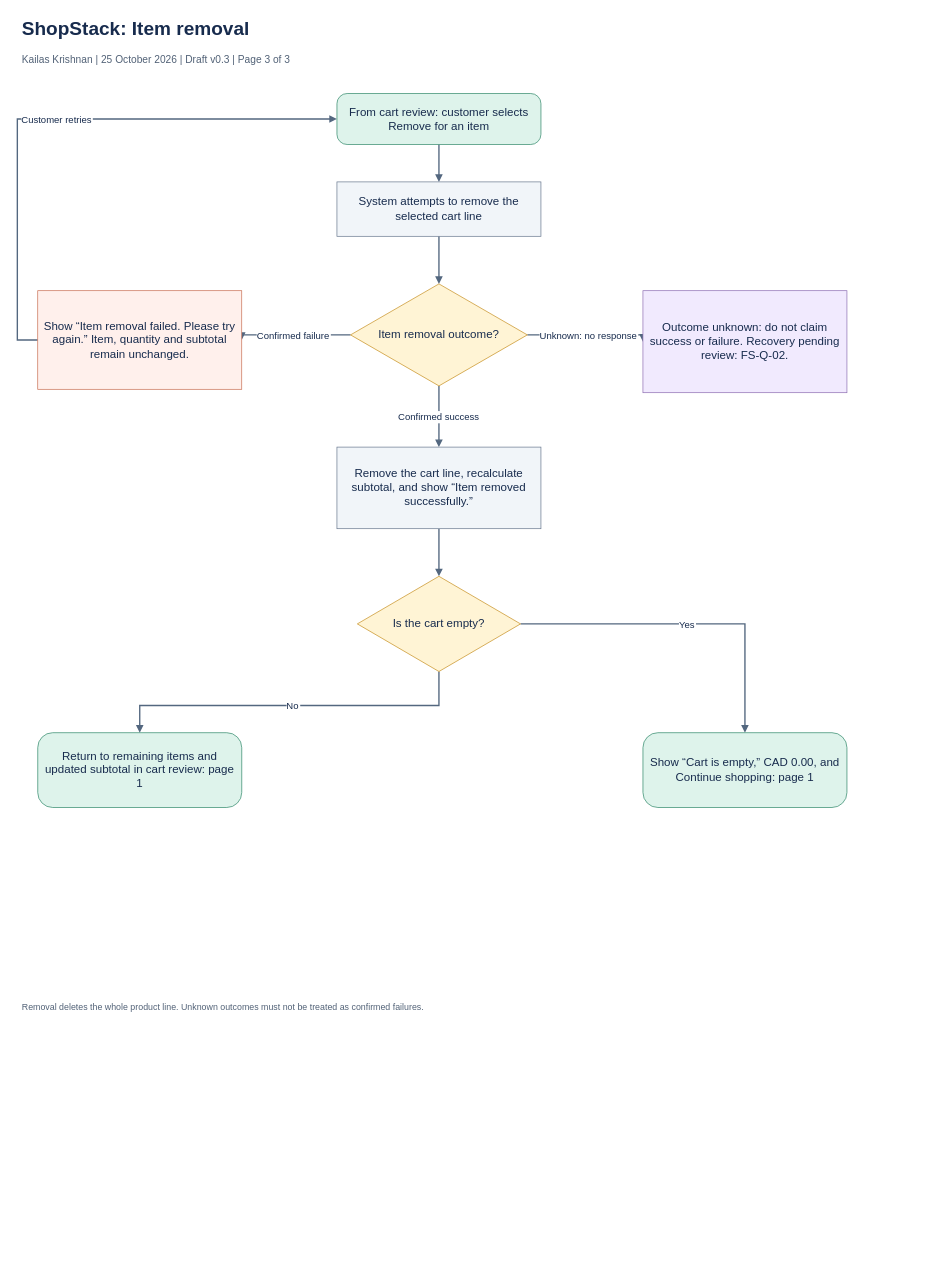
The draw.io diagram page "03 Item removal" (3 of 5) of docs/process-analysis/ShopStack-Future-State-Cart-Reviewed.drawio in kkrishnan937/shopstack-ba-portfolio, before the edit. Source tidied: cells renumbered, new cells numbered last; positions are measured from the earlier drawing's top-left corner, leaving out a move shared by most shapes. Both pictures are drawn from the tidied source at 68%, with x=0, y=0 at pixel (17, 12).
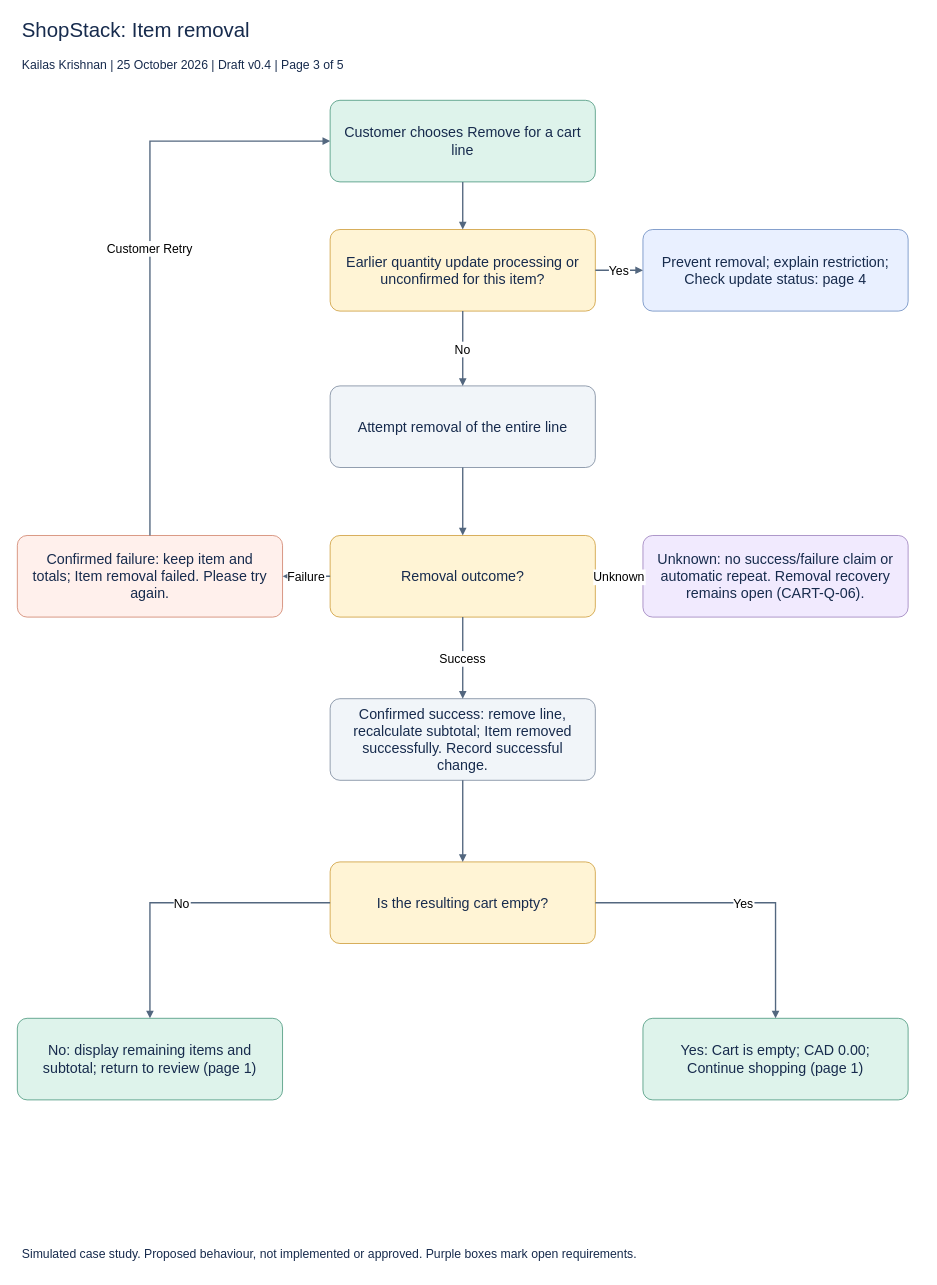
The same page after the edit.

Commit message (it also covers changes not shown here):
Update cart diagrams to v0.4 with recovery and supporting rules

What changed in the source:
```diff
@@
-    <mxCell id="2" value="ShopStack: Item removal" style="text;html=0;fontSize=28;fontStyle=1;align=left;fontColor=#172B4D;" parent="1" vertex="1">
-      <mxGeometry x="5" width="1300" height="40" as="geometry" />
+    <mxCell id="2" value="ShopStack: Item removal" style="text;html=0;whiteSpace=wrap;align=left;fontSize=30;fontColor=#172B4D;" parent="1" vertex="1">
+      <mxGeometry x="5" y="2" width="1330" height="45" as="geometry" />
     </mxCell>
-    <mxCell id="3" value="Kailas Krishnan | 25 October 2026 | Draft v0.3 | Page 3 of 3" style="text;html=0;fontSize=15;align=left;fontColor=#526277;" parent="1" vertex="1">
-      <mxGeometry x="5" y="55" width="1300" height="30" as="geometry" />
+    <mxCell id="3" value="Kailas Krishnan | 25 October 2026 | Draft v0.4 | Page 3 of 5" style="text;html=0;whiteSpace=wrap;align=left;fontSize=18;fontColor=#172B4D;" parent="1" vertex="1">
+      <mxGeometry x="5" y="62" width="1330" height="35" as="geometry" />
     </mxCell>
-    <mxCell id="4" value="Removal deletes the whole product line. Unknown outcomes must not be treated as confirmed failures." style="text;html=0;whiteSpace=wrap;fontSize=13;align=left;fontColor=#526277;" parent="1" vertex="1">
-      <mxGeometry x="5" y="1450" width="1330" height="45" as="geometry" />
+    <mxCell id="4" value="Simulated case study. Proposed behaviour, not implemented or approved. Purple boxes mark open requirements." style="text;html=0;whiteSpace=wrap;align=left;fontSize=18;fontColor=#172B4D;" parent="1" vertex="1">
+      <mxGeometry x="5" y="1810" width="1330" height="45" as="geometry" />
     </mxCell>
+    <mxCell id="14" value="Customer chooses Remove for a cart line" style="rounded=1;arcSize=12;html=0;whiteSpace=wrap;fillColor=#DEF3EB;strokeColor=#2C8566;fontColor=#172B4D;fontFamily=Arial;fontSize=21;spacing=14;" parent="1" vertex="1">
+      <mxGeometry x="460" y="130" width="390" height="120" as="geometry" />
+    </mxCell>
+    <mxCell id="23" value="Earlier quantity update processing or unconfirmed for this item?" style="rounded=1;arcSize=12;html=0;whiteSpace=wrap;fillColor=#FFF4D5;strokeColor=#C58B18;fontColor=#172B4D;fontFamily=Arial;fontSize=21;spacing=14;" parent="1" vertex="1">
+      <mxGeometry x="460" y="320" width="390" height="120" as="geometry" />
+    </mxCell>
+    <mxCell id="24" value="Prevent removal; explain restriction; Check update status: page 4" style="rounded=1;arcSize=12;html=0;whiteSpace=wrap;fillColor=#E9F0FF;strokeColor=#5278B5;fontColor=#172B4D;fontFamily=Arial;fontSize=21;spacing=14;" parent="1" vertex="1">
+      <mxGeometry x="920" y="320" width="390" height="120" as="geometry" />
+    </mxCell>
+    <mxCell id="15" value="Attempt removal of the entire line" style="rounded=1;arcSize=12;html=0;whiteSpace=wrap;fillColor=#F1F5F9;strokeColor=#64748B;fontColor=#172B4D;fontFamily=Arial;fontSize=21;spacing=14;" parent="1" vertex="1">
+      <mxGeometry x="460" y="550" width="390" height="120" as="geometry" />
+    </mxCell>
+    <mxCell id="16" value="Removal outcome?" style="rounded=1;arcSize=12;html=0;whiteSpace=wrap;fillColor=#FFF4D5;strokeColor=#C58B18;fontColor=#172B4D;fontFamily=Arial;fontSize=21;spacing=14;" parent="1" vertex="1">
+      <mxGeometry x="460" y="770" width="390" height="120" as="geometry" />
+    </mxCell>
+    <mxCell id="17" value="Confirmed failure: keep item and totals; Item removal failed. Please try again." style="rounded=1;arcSize=12;html=0;whiteSpace=wrap;fillColor=#FFF0EC;strokeColor=#C76C50;fontColor=#172B4D;fontFamily=Arial;fontSize=21;spacing=14;" parent="1" vertex="1">
+      <mxGeometry y="770" width="390" height="120" as="geometry" />
+    </mxCell>
+    <mxCell id="18" value="Unknown: no success/failure claim or automatic repeat. Removal recovery remains open (CART-Q-06)." style="rounded=1;arcSize=12;html=0;whiteSpace=wrap;fillColor=#F1EAFE;strokeColor=#8B6BB1;fontColor=#172B4D;fontFamily=Arial;fontSize=21;spacing=14;" parent="1" vertex="1">
+      <mxGeometry x="920" y="770" width="390" height="120" as="geometry" />
+    </mxCell>
+    <mxCell id="19" value="Confirmed success: remove line, recalculate subtotal; Item removed successfully. Record successful change." style="rounded=1;arcSize=12;html=0;whiteSpace=wrap;fillColor=#F1F5F9;strokeColor=#64748B;fontColor=#172B4D;fontFamily=Arial;fontSize=21;spacing=14;" parent="1" vertex="1">
+      <mxGeometry x="460" y="1010" width="390" height="120" as="geometry" />
+    </mxCell>
+    <mxCell id="20" value="Is the resulting cart empty?" style="rounded=1;arcSize=12;html=0;whiteSpace=wrap;fillColor=#FFF4D5;strokeColor=#C58B18;fontColor=#172B4D;fontFamily=Arial;fontSize=21;spacing=14;" parent="1" vertex="1">
+      <mxGeometry x="460" y="1250" width="390" height="120" as="geometry" />
+    </mxCell>
+    <mxCell id="22" value="Yes: Cart is empty; CAD 0.00; Continue shopping (page 1)" style="rounded=1;arcSize=12;html=0;whiteSpace=wrap;fillColor=#DEF3EB;strokeColor=#2C8566;fontColor=#172B4D;fontFamily=Arial;fontSize=21;spacing=14;" parent="1" vertex="1">
+      <mxGeometry x="920" y="1480" width="390" height="120" as="geometry" />
+    </mxCell>
+    <mxCell id="21" value="No: display remaining items and subtotal; return to review (page 1)" style="rounded=1;arcSize=12;html=0;whiteSpace=wrap;fillColor=#DEF3EB;strokeColor=#2C8566;fontColor=#172B4D;fontFamily=Arial;fontSize=21;spacing=14;" parent="1" vertex="1">
+      <mxGeometry y="1480" width="390" height="120" as="geometry" />
+    </mxCell>
-    <mxCell id="5" style="edgeStyle=orthogonalEdgeStyle;rounded=0;html=0;endArrow=block;endFill=1;strokeColor=#53677F;strokeWidth=2;fontSize=14;fontColor=#172B4D;labelBackgroundColor=#FFFFFF;exitX=0.5;exitY=1.0;entryX=0.5;entryY=0.0;exitDx=0;exitDy=0;entryDx=0;entryDy=0;" parent="1" edge="1" source="14" target="15">
+    <mxCell id="5" style="edgeStyle=orthogonalEdgeStyle;rounded=0;html=0;endArrow=block;endFill=1;strokeColor=#53677F;strokeWidth=2;fontSize=18;labelBackgroundColor=#FFFFFF;exitX=0.5;exitY=1;entryX=0.5;entryY=0;exitDx=0;exitDy=0;entryDx=0;entryDy=0;" parent="1" edge="1" source="14" target="23">
       <mxGeometry relative="1" as="geometry" />
     </mxCell>
-    <mxCell id="6" style="edgeStyle=orthogonalEdgeStyle;rounded=0;html=0;endArrow=block;endFill=1;strokeColor=#53677F;strokeWidth=2;fontSize=14;fontColor=#172B4D;labelBackgroundColor=#FFFFFF;exitX=0.5;exitY=1.0;entryX=0.5;entryY=0.0;exitDx=0;exitDy=0;entryDx=0;entryDy=0;" parent="1" edge="1" source="15" target="16">
+    <mxCell id="6" value="Yes" style="edgeStyle=orthogonalEdgeStyle;rounded=0;html=0;endArrow=block;endFill=1;strokeColor=#53677F;strokeWidth=2;fontSize=18;labelBackgroundColor=#FFFFFF;exitX=1;exitY=0.5;entryX=0;entryY=0.5;exitDx=0;exitDy=0;entryDx=0;entryDy=0;" parent="1" edge="1" source="23" target="24">
       <mxGeometry relative="1" as="geometry" />
     </mxCell>
-    <mxCell id="7" value="Confirmed failure" style="edgeStyle=orthogonalEdgeStyle;rounded=0;html=0;endArrow=block;endFill=1;strokeColor=#53677F;strokeWidth=2;fontSize=14;fontColor=#172B4D;labelBackgroundColor=#FFFFFF;exitX=0.0;exitY=0.5;entryX=1.0;entryY=0.5;exitDx=0;exitDy=0;entryDx=0;entryDy=0;" parent="1" edge="1" source="16" target="17">
-      <mxGeometry relative="1" as="geometry">
-        <Array as="points">
-          <mxPoint x="330" y="475" />
-        </Array>
-      </mxGeometry>
+    <mxCell id="7" value="No" style="edgeStyle=orthogonalEdgeStyle;rounded=0;html=0;endArrow=block;endFill=1;strokeColor=#53677F;strokeWidth=2;fontSize=18;labelBackgroundColor=#FFFFFF;exitX=0.5;exitY=1;entryX=0.5;entryY=0;exitDx=0;exitDy=0;entryDx=0;entryDy=0;" parent="1" edge="1" source="23" target="15">
+      <mxGeometry relative="1" as="geometry" />
     </mxCell>
-    <mxCell id="8" value="Customer retries" style="edgeStyle=orthogonalEdgeStyle;rounded=0;html=0;endArrow=block;endFill=1;strokeColor=#53677F;strokeWidth=2;fontSize=14;fontColor=#172B4D;labelBackgroundColor=#FFFFFF;exitX=0.0;exitY=0.5;entryX=0.0;entryY=0.5;exitDx=0;exitDy=0;entryDx=0;entryDy=0;" parent="1" edge="1" source="17" target="14">
-      <mxGeometry relative="1" as="geometry">
-        <Array as="points">
-          <mxPoint y="482" />
-          <mxPoint y="157" />
-        </Array>
-      </mxGeometry>
+    <mxCell id="8" style="edgeStyle=orthogonalEdgeStyle;rounded=0;html=0;endArrow=block;endFill=1;strokeColor=#53677F;strokeWidth=2;fontSize=18;labelBackgroundColor=#FFFFFF;exitX=0.5;exitY=1;entryX=0.5;entryY=0;exitDx=0;exitDy=0;entryDx=0;entryDy=0;" parent="1" edge="1" source="15" target="16">
+      <mxGeometry relative="1" as="geometry" />
     </mxCell>
-    <mxCell id="9" value="Unknown: no response" style="edgeStyle=orthogonalEdgeStyle;rounded=0;html=0;endArrow=block;endFill=1;strokeColor=#53677F;strokeWidth=2;fontSize=14;fontColor=#172B4D;labelBackgroundColor=#FFFFFF;exitX=1.0;exitY=0.5;entryX=0.0;entryY=0.5;exitDx=0;exitDy=0;entryDx=0;entryDy=0;" parent="1" edge="1" source="16" target="18">
-      <mxGeometry relative="1" as="geometry">
-        <Array as="points">
-          <mxPoint x="920" y="475" />
-        </Array>
-      </mxGeometry>
+    <mxCell id="9" value="Failure" style="edgeStyle=orthogonalEdgeStyle;rounded=0;html=0;endArrow=block;endFill=1;strokeColor=#53677F;strokeWidth=2;fontSize=18;labelBackgroundColor=#FFFFFF;exitX=0;exitY=0.5;entryX=1;entryY=0.5;exitDx=0;exitDy=0;entryDx=0;entryDy=0;" parent="1" edge="1" source="16" target="17">
+      <mxGeometry relative="1" as="geometry" />
     </mxCell>
-    <mxCell id="10" value="Confirmed success" style="edgeStyle=orthogonalEdgeStyle;rounded=0;html=0;endArrow=block;endFill=1;strokeColor=#53677F;strokeWidth=2;fontSize=14;fontColor=#172B4D;labelBackgroundColor=#FFFFFF;exitX=0.5;exitY=1.0;entryX=0.5;entryY=0.0;exitDx=0;exitDy=0;entryDx=0;entryDy=0;" parent="1" edge="1" source="16" target="19">
+    <mxCell id="10" value="Unknown" style="edgeStyle=orthogonalEdgeStyle;rounded=0;html=0;endArrow=block;endFill=1;strokeColor=#53677F;strokeWidth=2;fontSize=18;labelBackgroundColor=#FFFFFF;exitX=1;exitY=0.5;entryX=0;entryY=0.5;exitDx=0;exitDy=0;entryDx=0;entryDy=0;" parent="1" edge="1" source="16" target="18">
       <mxGeometry relative="1" as="geometry" />
     </mxCell>
-    <mxCell id="11" style="edgeStyle=orthogonalEdgeStyle;rounded=0;html=0;endArrow=block;endFill=1;strokeColor=#53677F;strokeWidth=2;fontSize=14;fontColor=#172B4D;labelBackgroundColor=#FFFFFF;exitX=0.5;exitY=1.0;entryX=0.5;entryY=0.0;exitDx=0;exitDy=0;entryDx=0;entryDy=0;" parent="1" edge="1" source="19" target="20">
-      <mxGeometry relative="1" as="geometry" />
+    <mxCell id="11" value="Customer Retry" style="edgeStyle=orthogonalEdgeStyle;rounded=0;html=0;endArrow=block;endFill=1;strokeColor=#53677F;strokeWidth=2;fontSize=18;labelBackgroundColor=#FFFFFF;exitX=0.5;exitY=0;entryX=0;entryY=0.5;exitDx=0;exitDy=0;entryDx=0;entryDy=0;" parent="1" edge="1" source="17" target="14">
+      <mxGeometry relative="1" as="geometry">
+        <Array as="points">
+          <mxPoint x="195" y="190" />
+        </Array>
+      </mxGeometry>
     </mxCell>
-    <mxCell id="12" value="No" style="edgeStyle=orthogonalEdgeStyle;rounded=0;html=0;endArrow=block;endFill=1;strokeColor=#53677F;strokeWidth=2;fontSize=14;fontColor=#172B4D;labelBackgroundColor=#FFFFFF;exitX=0.5;exitY=1.0;entryX=0.5;entryY=0.0;exitDx=0;exitDy=0;entryDx=0;entryDy=0;" parent="1" edge="1" source="20" target="21">
-      <mxGeometry relative="1" as="geometry">
-        <Array as="points">
-          <mxPoint x="620" y="1020" />
-          <mxPoint x="180" y="1020" />
-        </Array>
-      </mxGeometry>
+    <mxCell id="12" value="Success" style="edgeStyle=orthogonalEdgeStyle;rounded=0;html=0;endArrow=block;endFill=1;strokeColor=#53677F;strokeWidth=2;fontSize=18;labelBackgroundColor=#FFFFFF;exitX=0.5;exitY=1;entryX=0.5;entryY=0;exitDx=0;exitDy=0;entryDx=0;entryDy=0;" parent="1" edge="1" source="16" target="19">
+      <mxGeometry relative="1" as="geometry" />
     </mxCell>
-    <mxCell id="13" value="Yes" style="edgeStyle=orthogonalEdgeStyle;rounded=0;html=0;endArrow=block;endFill=1;strokeColor=#53677F;strokeWidth=2;fontSize=14;fontColor=#172B4D;labelBackgroundColor=#FFFFFF;exitX=1.0;exitY=0.5;entryX=0.5;entryY=0.0;exitDx=0;exitDy=0;entryDx=0;entryDy=0;" parent="1" edge="1" source="20" target="22">
-      <mxGeometry relative="1" as="geometry">
-        <Array as="points">
-          <mxPoint x="790" y="900" />
-          <mxPoint x="1070" y="900" />
-        </Array>
-      </mxGeometry>
+    <mxCell id="13" style="edgeStyle=orthogonalEdgeStyle;rounded=0;html=0;endArrow=block;endFill=1;strokeColor=#53677F;strokeWidth=2;fontSize=18;labelBackgroundColor=#FFFFFF;exitX=0.5;exitY=1;entryX=0.5;entryY=0;exitDx=0;exitDy=0;entryDx=0;entryDy=0;" parent="1" edge="1" source="19" target="20">
+      <mxGeometry relative="1" as="geometry" />
     </mxCell>
-    <mxCell id="14" value="From cart review: customer selects Remove for an item" style="rounded=1;arcSize=20;html=0;whiteSpace=wrap;fillColor=#DEF3EB;strokeColor=#2C8566;fontColor=#172B4D;fontFamily=Arial;fontSize=17;spacing=10;" parent="1" vertex="1">
-      <mxGeometry x="470" y="120" width="300" height="75" as="geometry" />
-    </mxCell>
-    <mxCell id="15" value="System attempts to remove the selected cart line" style="rounded=0;html=0;whiteSpace=wrap;fillColor=#F1F5F9;strokeColor=#64748B;fontColor=#172B4D;fontFamily=Arial;fontSize=17;spacing=10;" parent="1" vertex="1">
-      <mxGeometry x="470" y="250" width="300" height="80" as="geometry" />
-    </mxCell>
-    <mxCell id="16" value="Item removal outcome?" style="rhombus;html=0;whiteSpace=wrap;fillColor=#FFF4D5;strokeColor=#C58B18;fontColor=#172B4D;fontFamily=Arial;fontSize=17;spacing=10;" parent="1" vertex="1">
-      <mxGeometry x="490" y="400" width="260" height="150" as="geometry" />
-    </mxCell>
-    <mxCell id="17" value="Show “Item removal failed. Please try again.” Item, quantity and subtotal remain unchanged." style="rounded=0;html=0;whiteSpace=wrap;fillColor=#FFF0EC;strokeColor=#C76C50;fontColor=#172B4D;fontFamily=Arial;fontSize=17;spacing=10;" parent="1" vertex="1">
-      <mxGeometry x="30" y="410" width="300" height="145" as="geometry" />
-    </mxCell>
-    <mxCell id="18" value="Outcome unknown: do not claim success or failure. Recovery pending review: FS-Q-02." style="rounded=0;html=0;whiteSpace=wrap;fillColor=#F1EAFE;strokeColor=#8B6BB1;fontColor=#172B4D;fontFamily=Arial;fontSize=17;spacing=10;" parent="1" vertex="1">
-      <mxGeometry x="920" y="410" width="300" height="150" as="geometry" />
-    </mxCell>
-    <mxCell id="19" value="Remove the cart line, recalculate subtotal, and show “Item removed successfully.”" style="rounded=0;html=0;whiteSpace=wrap;fillColor=#F1F5F9;strokeColor=#64748B;fontColor=#172B4D;fontFamily=Arial;fontSize=17;spacing=10;" parent="1" vertex="1">
-      <mxGeometry x="470" y="640" width="300" height="120" as="geometry" />
-    </mxCell>
-    <mxCell id="20" value="Is the cart empty?" style="rhombus;html=0;whiteSpace=wrap;fillColor=#FFF4D5;strokeColor=#C58B18;fontColor=#172B4D;fontFamily=Arial;fontSize=17;spacing=10;" parent="1" vertex="1">
-      <mxGeometry x="500" y="830" width="240" height="140" as="geometry" />
-    </mxCell>
-    <mxCell id="21" value="Return to remaining items and updated subtotal in cart review: page 1" style="rounded=1;arcSize=20;html=0;whiteSpace=wrap;fillColor=#DEF3EB;strokeColor=#2C8566;fontColor=#172B4D;fontFamily=Arial;fontSize=17;spacing=10;" parent="1" vertex="1">
-      <mxGeometry x="30" y="1060" width="300" height="110" as="geometry" />
-    </mxCell>
-    <mxCell id="22" value="Show “Cart is empty,” CAD 0.00, and Continue shopping: page 1" style="rounded=1;arcSize=20;html=0;whiteSpace=wrap;fillColor=#DEF3EB;strokeColor=#2C8566;fontColor=#172B4D;fontFamily=Arial;fontSize=17;spacing=10;" parent="1" vertex="1">
-      <mxGeometry x="920" y="1060" width="300" height="110" as="geometry" />
-    </mxCell>
+    <mxCell id="25" value="Yes" style="edgeStyle=orthogonalEdgeStyle;rounded=0;html=0;endArrow=block;endFill=1;strokeColor=#53677F;strokeWidth=2;fontSize=18;labelBackgroundColor=#FFFFFF;exitX=1;exitY=0.5;entryX=0.5;entryY=0;exitDx=0;exitDy=0;entryDx=0;entryDy=0;" parent="1" edge="1" source="20" target="22">
+      <mxGeometry relative="1" as="geometry">
+        <Array as="points">
+          <mxPoint x="1115" y="1310" />
+        </Array>
+      </mxGeometry>
+    </mxCell>
+    <mxCell id="26" value="No" style="edgeStyle=orthogonalEdgeStyle;rounded=0;html=0;endArrow=block;endFill=1;strokeColor=#53677F;strokeWidth=2;fontSize=18;labelBackgroundColor=#FFFFFF;exitX=0;exitY=0.5;entryX=0.5;entryY=0;exitDx=0;exitDy=0;entryDx=0;entryDy=0;" parent="1" edge="1" source="20" target="21">
+      <mxGeometry relative="1" as="geometry">
+        <Array as="points">
+          <mxPoint x="195" y="1310" />
+        </Array>
+      </mxGeometry>
+    </mxCell>
```
